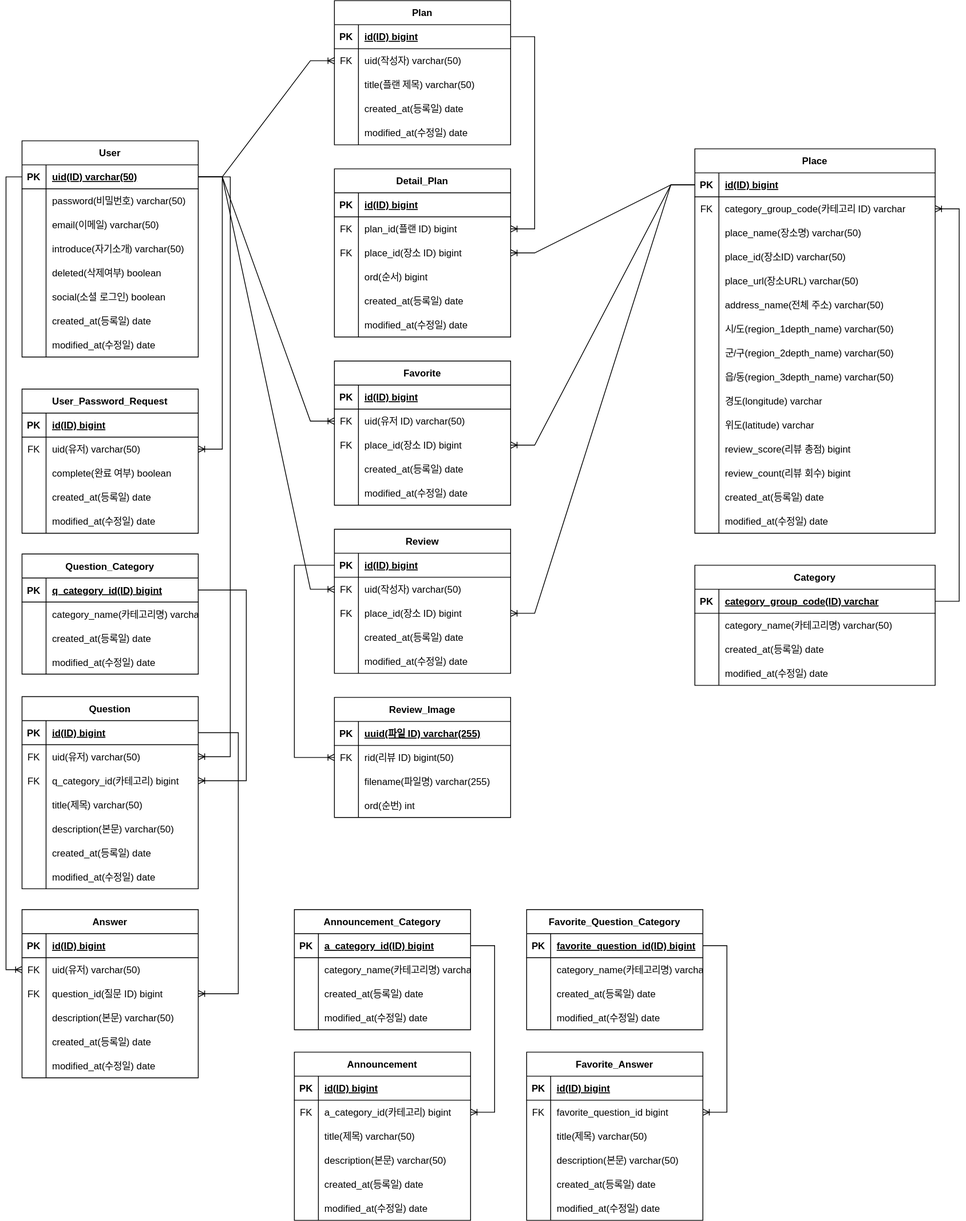
Above: document/ERD.drawio.svg in mrcocoball/cocoball-store (draw.io), before the change. Source tidied: cells renumbered, new cells last; positions are measured from the earlier drawing's top-left corner, leaving out a move shared by most shapes.
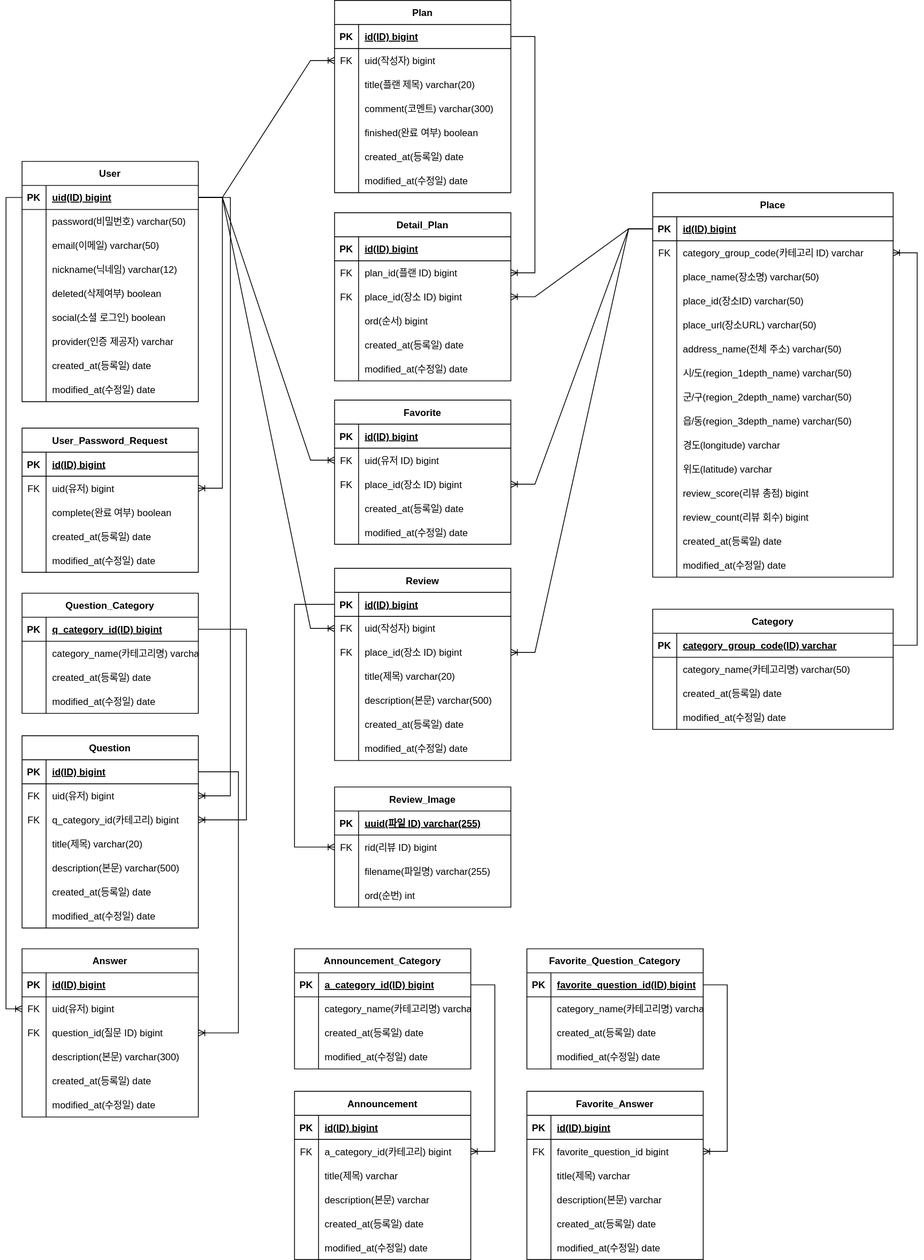
Above is the later version.

Change to the diagram source:
```diff
@@ -5,3 +5,3 @@
     <mxCell id="2" value="User" style="shape=table;startSize=30;rowLines=0;fontStyle=1;align=center;" parent="1" vertex="1">
-      <mxGeometry x="20" y="175" width="220" height="270" as="geometry" />
+      <mxGeometry x="20" y="152" width="220" height="300" as="geometry" />
     </mxCell>
@@ -13,3 +13,3 @@
     </mxCell>
-    <mxCell id="5" value="uid(ID) varchar(50)" style="shape=partialRectangle;fillColor=none;top=0;left=0;bottom=0;right=0;align=left;spacingLeft=6;fontStyle=5;overflow=hidden;" parent="3" vertex="1">
+    <mxCell id="5" value="uid(ID) bigint" style="shape=partialRectangle;fillColor=none;top=0;left=0;bottom=0;right=0;align=left;spacingLeft=6;fontStyle=5;overflow=hidden;" parent="3" vertex="1">
       <mxGeometry x="30" width="190" height="30" as="geometry" />
@@ -40,3 +40,3 @@
     </mxCell>
-    <mxCell id="14" value="introduce(자기소개) varchar(50)" style="shape=partialRectangle;fillColor=none;top=0;left=0;bottom=0;right=0;align=left;spacingLeft=6;overflow=hidden;" parent="12" vertex="1">
+    <mxCell id="14" value="nickname(닉네임) varchar(12)" style="shape=partialRectangle;fillColor=none;top=0;left=0;bottom=0;right=0;align=left;spacingLeft=6;overflow=hidden;" parent="12" vertex="1">
       <mxGeometry x="30" width="190" height="30" as="geometry" />
@@ -61,4 +61,13 @@
     </mxCell>
+    <mxCell id="316" style="shape=tableRow;horizontal=0;startSize=0;swimlaneHead=0;swimlaneBody=0;fillColor=none;top=0;left=0;right=0;bottom=0;" parent="2" vertex="1">
+      <mxGeometry y="210" width="220" height="30" as="geometry" />
+    </mxCell>
+    <mxCell id="317" style="shape=partialRectangle;fillColor=none;top=0;left=0;bottom=0;right=0;overflow=hidden;" parent="316" vertex="1">
+      <mxGeometry width="30" height="30" as="geometry" />
+    </mxCell>
+    <mxCell id="318" value="provider(인증 제공자) varchar" style="shape=partialRectangle;fillColor=none;top=0;left=0;bottom=0;right=0;align=left;spacingLeft=6;overflow=hidden;" parent="316" vertex="1">
+      <mxGeometry x="30" width="190" height="30" as="geometry" />
+    </mxCell>
     <mxCell id="21" style="shape=tableRow;horizontal=0;startSize=0;swimlaneHead=0;swimlaneBody=0;fillColor=none;top=0;left=0;right=0;bottom=0;" parent="2" vertex="1">
-      <mxGeometry y="210" width="220" height="30" as="geometry" />
+      <mxGeometry y="240" width="220" height="30" as="geometry" />
     </mxCell>
@@ -71,3 +80,3 @@
     <mxCell id="24" style="shape=tableRow;horizontal=0;startSize=0;swimlaneHead=0;swimlaneBody=0;fillColor=none;top=0;left=0;right=0;bottom=0;" parent="2" vertex="1">
-      <mxGeometry y="240" width="220" height="30" as="geometry" />
+      <mxGeometry y="270" width="220" height="30" as="geometry" />
     </mxCell>
@@ -80,3 +89,3 @@
     <mxCell id="27" value="Plan" style="shape=table;startSize=30;rowLines=0;fontStyle=1;align=center;" parent="1" vertex="1">
-      <mxGeometry x="410" width="220" height="180" as="geometry" />
+      <mxGeometry x="410" y="-49" width="220" height="240" as="geometry" />
     </mxCell>
@@ -97,3 +106,3 @@
     </mxCell>
-    <mxCell id="33" value="uid(작성자) varchar(50)" style="shape=partialRectangle;fillColor=none;top=0;left=0;bottom=0;right=0;align=left;spacingLeft=6;overflow=hidden;" parent="31" vertex="1">
+    <mxCell id="33" value="uid(작성자) bigint" style="shape=partialRectangle;fillColor=none;top=0;left=0;bottom=0;right=0;align=left;spacingLeft=6;overflow=hidden;" parent="31" vertex="1">
       <mxGeometry x="30" width="190" height="30" as="geometry" />
@@ -106,7 +115,25 @@
     </mxCell>
-    <mxCell id="36" value="title(플랜 제목) varchar(50)" style="shape=partialRectangle;fillColor=none;top=0;left=0;bottom=0;right=0;align=left;spacingLeft=6;overflow=hidden;" parent="34" vertex="1">
+    <mxCell id="36" value="title(플랜 제목) varchar(20)" style="shape=partialRectangle;fillColor=none;top=0;left=0;bottom=0;right=0;align=left;spacingLeft=6;overflow=hidden;" parent="34" vertex="1">
       <mxGeometry x="30" width="190" height="30" as="geometry" />
     </mxCell>
+    <mxCell id="319" style="shape=tableRow;horizontal=0;startSize=0;swimlaneHead=0;swimlaneBody=0;fillColor=none;top=0;left=0;right=0;bottom=0;" parent="27" vertex="1">
+      <mxGeometry y="120" width="220" height="30" as="geometry" />
+    </mxCell>
+    <mxCell id="320" style="shape=partialRectangle;fillColor=none;top=0;left=0;bottom=0;right=0;overflow=hidden;" parent="319" vertex="1">
+      <mxGeometry width="30" height="30" as="geometry" />
+    </mxCell>
+    <mxCell id="321" value="comment(코멘트) varchar(300)" style="shape=partialRectangle;fillColor=none;top=0;left=0;bottom=0;right=0;align=left;spacingLeft=6;overflow=hidden;" parent="319" vertex="1">
+      <mxGeometry x="30" width="190" height="30" as="geometry" />
+    </mxCell>
+    <mxCell id="322" style="shape=tableRow;horizontal=0;startSize=0;swimlaneHead=0;swimlaneBody=0;fillColor=none;top=0;left=0;right=0;bottom=0;" parent="27" vertex="1">
+      <mxGeometry y="150" width="220" height="30" as="geometry" />
+    </mxCell>
+    <mxCell id="323" style="shape=partialRectangle;fillColor=none;top=0;left=0;bottom=0;right=0;overflow=hidden;" parent="322" vertex="1">
+      <mxGeometry width="30" height="30" as="geometry" />
+    </mxCell>
+    <mxCell id="324" value="finished(완료 여부) boolean" style="shape=partialRectangle;fillColor=none;top=0;left=0;bottom=0;right=0;align=left;spacingLeft=6;overflow=hidden;" parent="322" vertex="1">
+      <mxGeometry x="30" width="190" height="30" as="geometry" />
+    </mxCell>
     <mxCell id="37" style="shape=tableRow;horizontal=0;startSize=0;swimlaneHead=0;swimlaneBody=0;fillColor=none;top=0;left=0;right=0;bottom=0;" parent="27" vertex="1">
-      <mxGeometry y="120" width="220" height="30" as="geometry" />
+      <mxGeometry y="180" width="220" height="30" as="geometry" />
     </mxCell>
@@ -119,3 +146,3 @@
     <mxCell id="40" style="shape=tableRow;horizontal=0;startSize=0;swimlaneHead=0;swimlaneBody=0;fillColor=none;top=0;left=0;right=0;bottom=0;" parent="27" vertex="1">
-      <mxGeometry y="150" width="220" height="30" as="geometry" />
+      <mxGeometry y="210" width="220" height="30" as="geometry" />
     </mxCell>
@@ -128,3 +155,3 @@
     <mxCell id="43" value="Detail_Plan" style="shape=table;startSize=30;rowLines=0;fontStyle=1;align=center;" parent="1" vertex="1">
-      <mxGeometry x="410" y="210" width="220" height="210" as="geometry" />
+      <mxGeometry x="410" y="216" width="220" height="210" as="geometry" />
     </mxCell>
@@ -185,3 +212,3 @@
     <mxCell id="62" value="Place" style="shape=table;startSize=30;rowLines=0;fontStyle=1;align=center;" parent="1" vertex="1">
-      <mxGeometry x="860" y="185" width="300" height="480" as="geometry" />
+      <mxGeometry x="807" y="191" width="300" height="480" as="geometry" />
     </mxCell>
@@ -323,3 +350,3 @@
     <mxCell id="108" value="Review" style="shape=table;startSize=30;rowLines=0;fontStyle=1;align=center;" parent="1" vertex="1">
-      <mxGeometry x="410" y="660" width="220" height="180" as="geometry" />
+      <mxGeometry x="410" y="660" width="220" height="240" as="geometry" />
     </mxCell>
@@ -340,3 +367,3 @@
     </mxCell>
-    <mxCell id="114" value="uid(작성자) varchar(50)" style="shape=partialRectangle;fillColor=none;top=0;left=0;bottom=0;right=0;align=left;spacingLeft=6;overflow=hidden;" parent="112" vertex="1">
+    <mxCell id="114" value="uid(작성자) bigint" style="shape=partialRectangle;fillColor=none;top=0;left=0;bottom=0;right=0;align=left;spacingLeft=6;overflow=hidden;" parent="112" vertex="1">
       <mxGeometry x="30" width="190" height="30" as="geometry" />
@@ -358,7 +385,25 @@
     </mxCell>
-    <mxCell id="120" value="created_at(등록일) date" style="shape=partialRectangle;fillColor=none;top=0;left=0;bottom=0;right=0;align=left;spacingLeft=6;overflow=hidden;" parent="118" vertex="1">
+    <mxCell id="120" value="title(제목) varchar(20)" style="shape=partialRectangle;fillColor=none;top=0;left=0;bottom=0;right=0;align=left;spacingLeft=6;overflow=hidden;" parent="118" vertex="1">
       <mxGeometry x="30" width="190" height="30" as="geometry" />
     </mxCell>
+    <mxCell id="325" style="shape=tableRow;horizontal=0;startSize=0;swimlaneHead=0;swimlaneBody=0;fillColor=none;top=0;left=0;right=0;bottom=0;" parent="108" vertex="1">
+      <mxGeometry y="150" width="220" height="30" as="geometry" />
+    </mxCell>
+    <mxCell id="326" style="shape=partialRectangle;fillColor=none;top=0;left=0;bottom=0;right=0;overflow=hidden;" parent="325" vertex="1">
+      <mxGeometry width="30" height="30" as="geometry" />
+    </mxCell>
+    <mxCell id="327" value="description(본문) varchar(500)" style="shape=partialRectangle;fillColor=none;top=0;left=0;bottom=0;right=0;align=left;spacingLeft=6;overflow=hidden;" parent="325" vertex="1">
+      <mxGeometry x="30" width="190" height="30" as="geometry" />
+    </mxCell>
+    <mxCell id="328" style="shape=tableRow;horizontal=0;startSize=0;swimlaneHead=0;swimlaneBody=0;fillColor=none;top=0;left=0;right=0;bottom=0;" parent="108" vertex="1">
+      <mxGeometry y="180" width="220" height="30" as="geometry" />
+    </mxCell>
+    <mxCell id="329" style="shape=partialRectangle;fillColor=none;top=0;left=0;bottom=0;right=0;overflow=hidden;" parent="328" vertex="1">
+      <mxGeometry width="30" height="30" as="geometry" />
+    </mxCell>
+    <mxCell id="330" value="created_at(등록일) date" style="shape=partialRectangle;fillColor=none;top=0;left=0;bottom=0;right=0;align=left;spacingLeft=6;overflow=hidden;" parent="328" vertex="1">
+      <mxGeometry x="30" width="190" height="30" as="geometry" />
+    </mxCell>
     <mxCell id="121" style="shape=tableRow;horizontal=0;startSize=0;swimlaneHead=0;swimlaneBody=0;fillColor=none;top=0;left=0;right=0;bottom=0;" parent="108" vertex="1">
-      <mxGeometry y="150" width="220" height="30" as="geometry" />
+      <mxGeometry y="210" width="220" height="30" as="geometry" />
     </mxCell>
@@ -371,3 +416,3 @@
     <mxCell id="124" value="Category" style="shape=table;startSize=30;rowLines=0;fontStyle=1;align=center;" parent="1" vertex="1">
-      <mxGeometry x="860" y="705" width="300" height="150" as="geometry" />
+      <mxGeometry x="807" y="711" width="300" height="150" as="geometry" />
     </mxCell>
@@ -410,3 +455,3 @@
     <mxCell id="137" value="Review_Image" style="shape=table;startSize=30;rowLines=0;fontStyle=1;align=center;" parent="1" vertex="1">
-      <mxGeometry x="410" y="870" width="220" height="150" as="geometry" />
+      <mxGeometry x="410" y="933" width="220" height="150" as="geometry" />
     </mxCell>
@@ -427,3 +472,3 @@
     </mxCell>
-    <mxCell id="143" value="rid(리뷰 ID) bigint(50)" style="shape=partialRectangle;fillColor=none;top=0;left=0;bottom=0;right=0;align=left;spacingLeft=6;overflow=hidden;" parent="141" vertex="1">
+    <mxCell id="143" value="rid(리뷰 ID) bigint" style="shape=partialRectangle;fillColor=none;top=0;left=0;bottom=0;right=0;align=left;spacingLeft=6;overflow=hidden;" parent="141" vertex="1">
       <mxGeometry x="30" width="190" height="30" as="geometry" />
@@ -466,3 +511,3 @@
     </mxCell>
-    <mxCell id="156" value="uid(유저 ID) varchar(50)" style="shape=partialRectangle;fillColor=none;top=0;left=0;bottom=0;right=0;align=left;spacingLeft=6;overflow=hidden;" parent="154" vertex="1">
+    <mxCell id="156" value="uid(유저 ID) bigint" style="shape=partialRectangle;fillColor=none;top=0;left=0;bottom=0;right=0;align=left;spacingLeft=6;overflow=hidden;" parent="154" vertex="1">
       <mxGeometry x="30" width="190" height="30" as="geometry" />
@@ -545,3 +590,3 @@
     </mxCell>
-    <mxCell id="181" value="uid(유저) varchar(50)" style="shape=partialRectangle;fillColor=none;top=0;left=0;bottom=0;right=0;align=left;spacingLeft=6;overflow=hidden;" parent="179" vertex="1">
+    <mxCell id="181" value="uid(유저) bigint" style="shape=partialRectangle;fillColor=none;top=0;left=0;bottom=0;right=0;align=left;spacingLeft=6;overflow=hidden;" parent="179" vertex="1">
       <mxGeometry x="30" width="190" height="30" as="geometry" />
@@ -593,3 +638,3 @@
     </mxCell>
-    <mxCell id="197" value="uid(유저) varchar(50)" style="shape=partialRectangle;fillColor=none;top=0;left=0;bottom=0;right=0;align=left;spacingLeft=6;overflow=hidden;" parent="195" vertex="1">
+    <mxCell id="197" value="uid(유저) bigint" style="shape=partialRectangle;fillColor=none;top=0;left=0;bottom=0;right=0;align=left;spacingLeft=6;overflow=hidden;" parent="195" vertex="1">
       <mxGeometry x="30" width="190" height="30" as="geometry" />
@@ -611,3 +656,3 @@
     </mxCell>
-    <mxCell id="203" value="title(제목) varchar(50)" style="shape=partialRectangle;fillColor=none;top=0;left=0;bottom=0;right=0;align=left;spacingLeft=6;overflow=hidden;" parent="201" vertex="1">
+    <mxCell id="203" value="title(제목) varchar(20)" style="shape=partialRectangle;fillColor=none;top=0;left=0;bottom=0;right=0;align=left;spacingLeft=6;overflow=hidden;" parent="201" vertex="1">
       <mxGeometry x="30" width="190" height="30" as="geometry" />
@@ -620,3 +665,3 @@
     </mxCell>
-    <mxCell id="206" value="description(본문) varchar(50)" style="shape=partialRectangle;fillColor=none;top=0;left=0;bottom=0;right=0;align=left;spacingLeft=6;overflow=hidden;" parent="204" vertex="1">
+    <mxCell id="206" value="description(본문) varchar(500)" style="shape=partialRectangle;fillColor=none;top=0;left=0;bottom=0;right=0;align=left;spacingLeft=6;overflow=hidden;" parent="204" vertex="1">
       <mxGeometry x="30" width="190" height="30" as="geometry" />
@@ -669,3 +714,3 @@
     </mxCell>
-    <mxCell id="221" value="uid(유저) varchar(50)" style="shape=partialRectangle;fillColor=none;top=0;left=0;bottom=0;right=0;align=left;spacingLeft=6;overflow=hidden;" parent="219" vertex="1">
+    <mxCell id="221" value="uid(유저) bigint" style="shape=partialRectangle;fillColor=none;top=0;left=0;bottom=0;right=0;align=left;spacingLeft=6;overflow=hidden;" parent="219" vertex="1">
       <mxGeometry x="30" width="190" height="30" as="geometry" />
@@ -687,3 +732,3 @@
     </mxCell>
-    <mxCell id="227" value="description(본문) varchar(50)" style="shape=partialRectangle;fillColor=none;top=0;left=0;bottom=0;right=0;align=left;spacingLeft=6;overflow=hidden;" parent="225" vertex="1">
+    <mxCell id="227" value="description(본문) varchar(300)" style="shape=partialRectangle;fillColor=none;top=0;left=0;bottom=0;right=0;align=left;spacingLeft=6;overflow=hidden;" parent="225" vertex="1">
       <mxGeometry x="30" width="190" height="30" as="geometry" />
@@ -796,3 +841,3 @@
     </mxCell>
-    <mxCell id="259" value="title(제목) varchar(50)" style="shape=partialRectangle;fillColor=none;top=0;left=0;bottom=0;right=0;align=left;spacingLeft=6;overflow=hidden;" parent="257" vertex="1">
+    <mxCell id="259" value="title(제목) varchar" style="shape=partialRectangle;fillColor=none;top=0;left=0;bottom=0;right=0;align=left;spacingLeft=6;overflow=hidden;" parent="257" vertex="1">
       <mxGeometry x="30" width="190" height="30" as="geometry" />
@@ -805,3 +850,3 @@
     </mxCell>
-    <mxCell id="262" value="description(본문) varchar(50)" style="shape=partialRectangle;fillColor=none;top=0;left=0;bottom=0;right=0;align=left;spacingLeft=6;overflow=hidden;" parent="260" vertex="1">
+    <mxCell id="262" value="description(본문) varchar" style="shape=partialRectangle;fillColor=none;top=0;left=0;bottom=0;right=0;align=left;spacingLeft=6;overflow=hidden;" parent="260" vertex="1">
       <mxGeometry x="30" width="190" height="30" as="geometry" />
@@ -895,3 +940,3 @@
     </mxCell>
-    <mxCell id="292" value="title(제목) varchar(50)" style="shape=partialRectangle;fillColor=none;top=0;left=0;bottom=0;right=0;align=left;spacingLeft=6;overflow=hidden;" parent="290" vertex="1">
+    <mxCell id="292" value="title(제목) varchar" style="shape=partialRectangle;fillColor=none;top=0;left=0;bottom=0;right=0;align=left;spacingLeft=6;overflow=hidden;" parent="290" vertex="1">
       <mxGeometry x="30" width="190" height="30" as="geometry" />
@@ -904,3 +949,3 @@
     </mxCell>
-    <mxCell id="295" value="description(본문) varchar(50)" style="shape=partialRectangle;fillColor=none;top=0;left=0;bottom=0;right=0;align=left;spacingLeft=6;overflow=hidden;" parent="293" vertex="1">
+    <mxCell id="295" value="description(본문) varchar" style="shape=partialRectangle;fillColor=none;top=0;left=0;bottom=0;right=0;align=left;spacingLeft=6;overflow=hidden;" parent="293" vertex="1">
       <mxGeometry x="30" width="190" height="30" as="geometry" />
```
